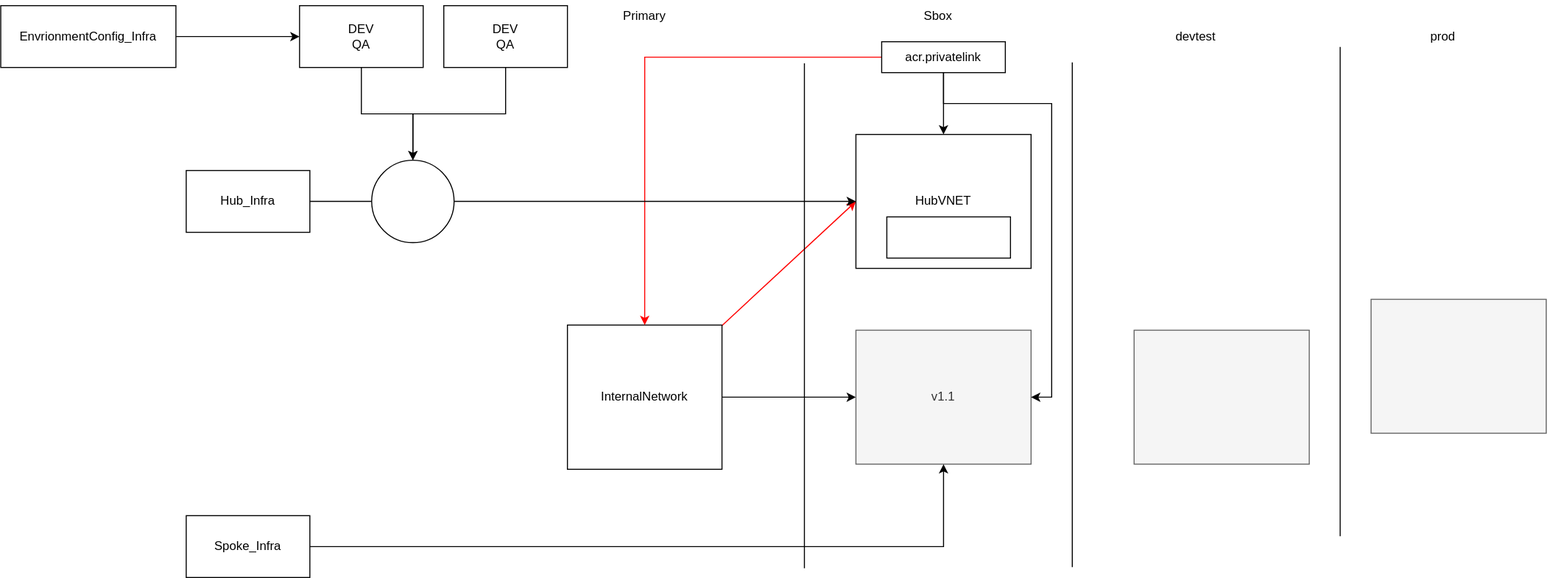
Before: infra/HubSpokeLinkingBeforePalo.svg, a diagram exported from draw.io (vjavle/invoicecloud). Source tidied: cells renumbered, new cells last; positions are measured from the earlier drawing's top-left corner, leaving out a move shared by most shapes.
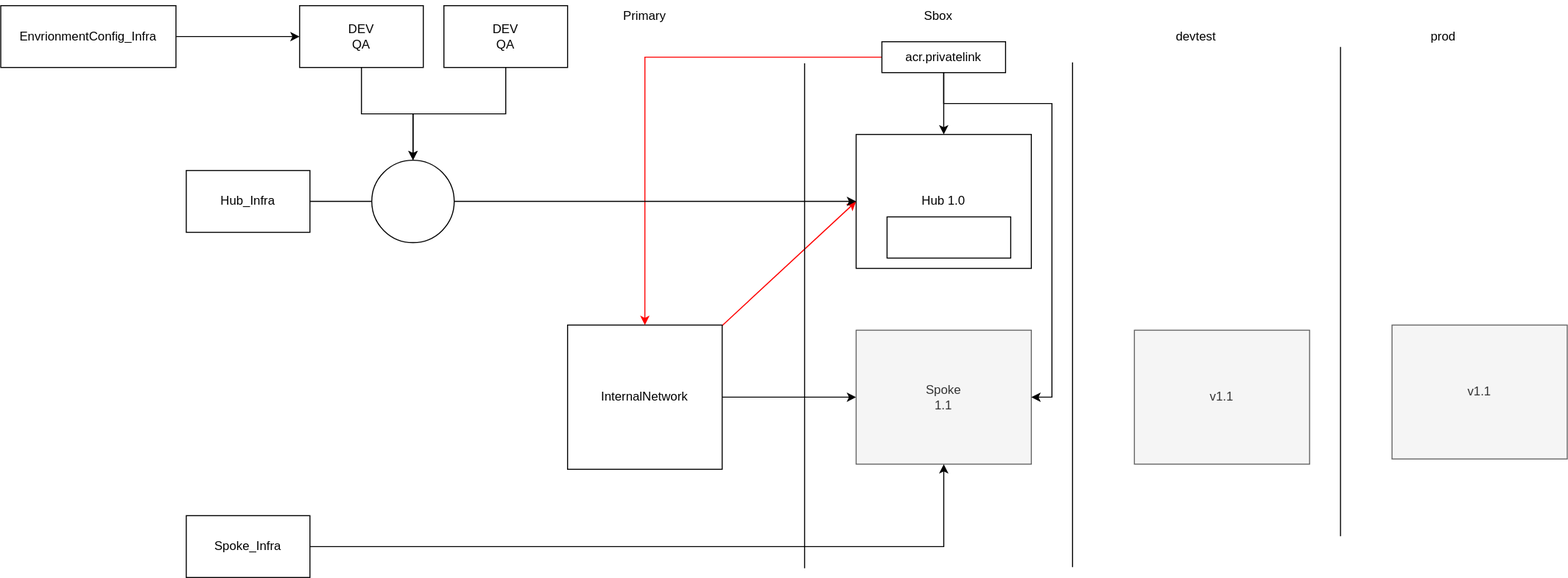
The same file after the commit.

Diff of the diagram source:
```diff
@@ -11,16 +11,16 @@
     <mxCell id="4" value="InternalNetwork" style="rounded=0;whiteSpace=wrap;html=1;" parent="1" vertex="1">
       <mxGeometry x="550" y="315" width="150" height="140" as="geometry" />
     </mxCell>
-    <mxCell id="5" value="v1.1" style="rounded=0;whiteSpace=wrap;html=1;fillColor=#f5f5f5;fontColor=#333333;strokeColor=#666666;" parent="1" vertex="1">
+    <mxCell id="5" value="Spoke&lt;br&gt;1.1" style="rounded=0;whiteSpace=wrap;html=1;fillColor=#f5f5f5;fontColor=#333333;strokeColor=#666666;" parent="1" vertex="1">
       <mxGeometry x="830" y="320" width="170" height="130" as="geometry" />
     </mxCell>
-    <mxCell id="6" style="rounded=0;whiteSpace=wrap;html=1;fillColor=#f5f5f5;fontColor=#333333;strokeColor=#666666;" parent="1" vertex="1">
+    <mxCell id="6" value="v1.1" style="rounded=0;whiteSpace=wrap;html=1;fillColor=#f5f5f5;fontColor=#333333;strokeColor=#666666;" parent="1" vertex="1">
       <mxGeometry x="1100" y="320" width="170" height="130" as="geometry" />
     </mxCell>
-    <mxCell id="7" style="rounded=0;whiteSpace=wrap;html=1;fillColor=#f5f5f5;fontColor=#333333;strokeColor=#666666;" parent="1" vertex="1">
-      <mxGeometry x="1330" y="290" width="170" height="130" as="geometry" />
+    <mxCell id="7" value="v1.1" style="rounded=0;whiteSpace=wrap;html=1;fillColor=#f5f5f5;fontColor=#333333;strokeColor=#666666;" parent="1" vertex="1">
+      <mxGeometry x="1350" y="315" width="170" height="130" as="geometry" />
     </mxCell>
-    <mxCell id="8" value="HubVNET" style="rounded=0;whiteSpace=wrap;html=1;" parent="1" vertex="1">
+    <mxCell id="8" value="Hub 1.0" style="rounded=0;whiteSpace=wrap;html=1;" parent="1" vertex="1">
       <mxGeometry x="830" y="130" width="170" height="130" as="geometry" />
     </mxCell>
     <mxCell id="9" style="endArrow=none;html=1;rounded=0;" parent="1" edge="1">
```
